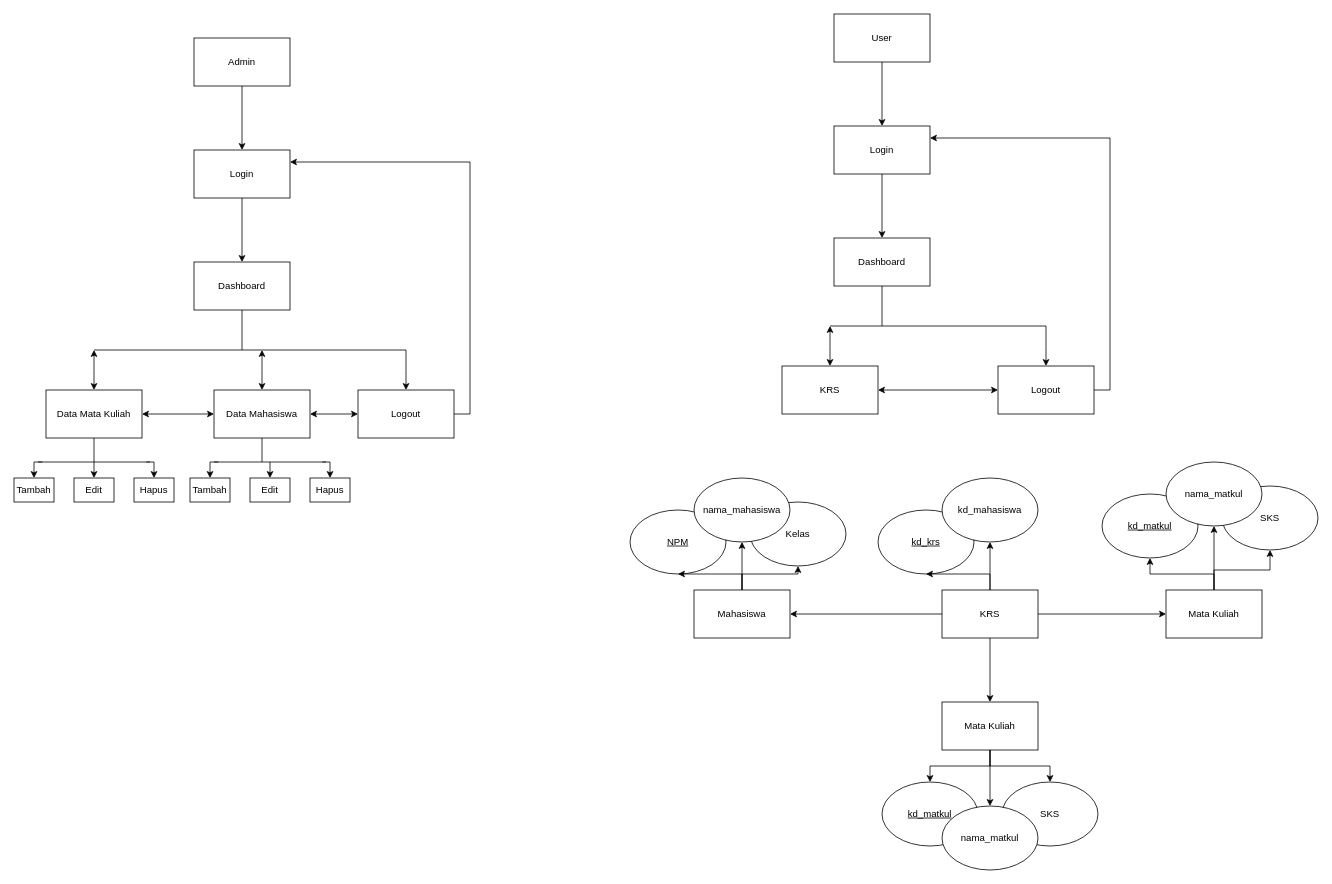
riconusap/riconusap.github.io keeps this draw.io diagram as SN_User Dan Admin New.drawio. Above is the earlier version. Source tidied: cells renumbered, new cells numbered last; positions are measured from the earlier drawing's top-left corner, leaving out a move shared by most shapes. Both pictures are drawn from the tidied source at 80%, with x=0, y=0 at pixel (14, 14).
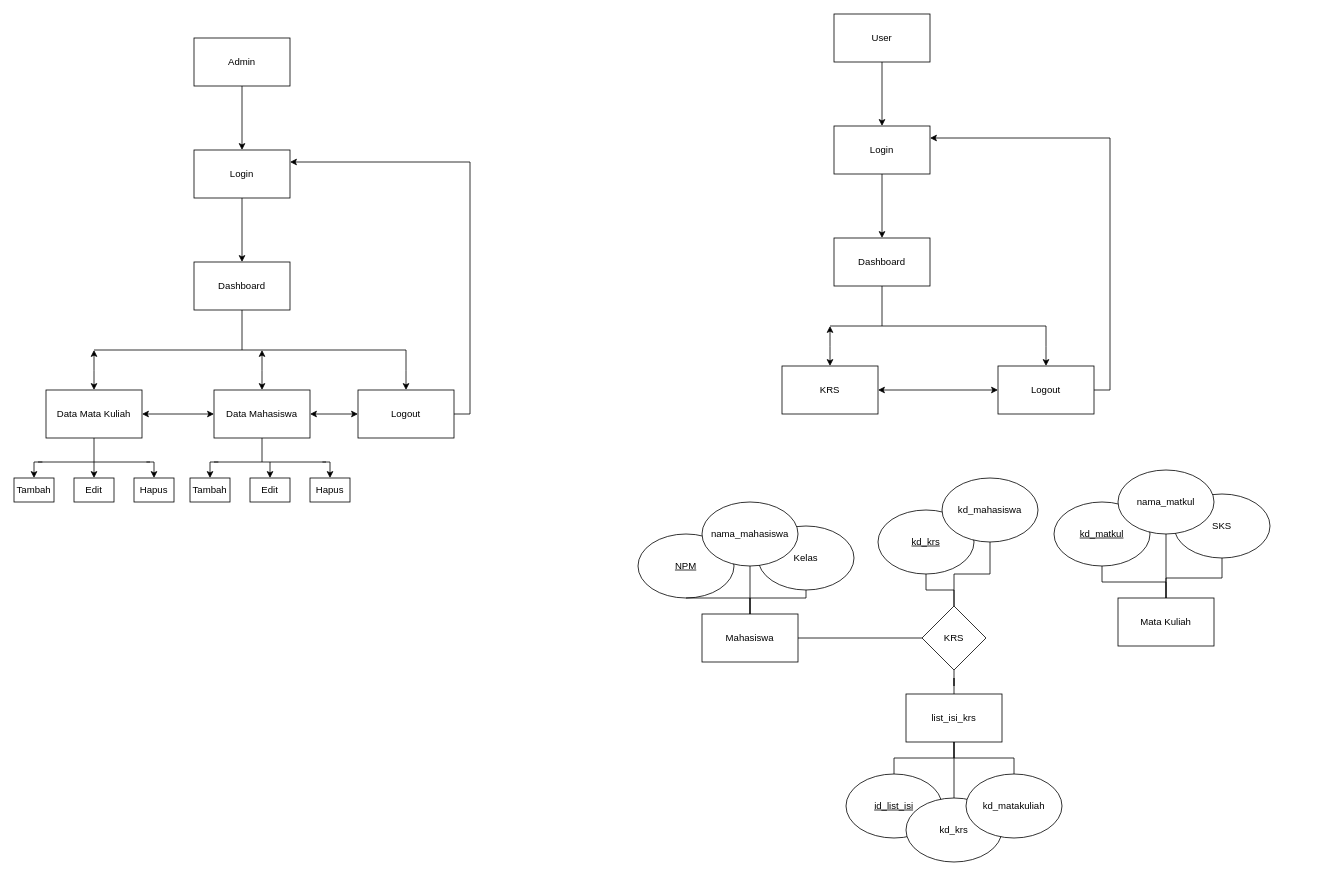
Above is the later version.

Unchanged cells that the change refers to:
```xml
<mxCell id="54" value="&lt;u&gt;kd_krs&lt;/u&gt;" style="ellipse;whiteSpace=wrap;html=1;" parent="1" vertex="1">
  <mxGeometry x="1080" y="620" width="120" height="80" as="geometry" />
</mxCell>
<mxCell id="61" value="kd_mahasiswa" style="ellipse;whiteSpace=wrap;html=1;" parent="1" vertex="1">
  <mxGeometry x="1160" y="580" width="120" height="80" as="geometry" />
</mxCell>
```

What changed in the source:
```diff
@@
     <mxCell id="47" value="&lt;u&gt;NPM&lt;/u&gt;" style="ellipse;whiteSpace=wrap;html=1;" parent="1" vertex="1">
-      <mxGeometry x="770" y="620" width="120" height="80" as="geometry" />
+      <mxGeometry x="780" y="650" width="120" height="80" as="geometry" />
     </mxCell>
     <mxCell id="48" value="Kelas" style="ellipse;whiteSpace=wrap;html=1;" parent="1" vertex="1">
-      <mxGeometry x="920" y="610" width="120" height="80" as="geometry" />
+      <mxGeometry x="930" y="640" width="120" height="80" as="geometry" />
     </mxCell>
-    <mxCell id="49" style="edgeStyle=orthogonalEdgeStyle;rounded=0;jettySize=auto;html=1;" parent="1" edge="1" source="52" target="47">
+    <mxCell id="49" style="edgeStyle=orthogonalEdgeStyle;rounded=0;jettySize=auto;html=1;endArrow=none;endFill=0;" parent="1" edge="1" source="52" target="47">
       <mxGeometry relative="1" as="geometry" />
     </mxCell>
-    <mxCell id="50" style="edgeStyle=orthogonalEdgeStyle;rounded=0;jettySize=auto;html=1;" parent="1" edge="1" source="52" target="53">
+    <mxCell id="50" style="edgeStyle=orthogonalEdgeStyle;rounded=0;jettySize=auto;html=1;endArrow=none;endFill=0;" parent="1" edge="1" source="52" target="53">
       <mxGeometry relative="1" as="geometry" />
     </mxCell>
-    <mxCell id="51" style="edgeStyle=orthogonalEdgeStyle;rounded=0;jettySize=auto;html=1;" parent="1" edge="1" source="52" target="48">
+    <mxCell id="51" style="edgeStyle=orthogonalEdgeStyle;rounded=0;jettySize=auto;html=1;endArrow=none;endFill=0;" parent="1" edge="1" source="52" target="48">
       <mxGeometry relative="1" as="geometry" />
     </mxCell>
     <mxCell id="52" value="Mahasiswa" style="rounded=0;whiteSpace=wrap;html=1;" parent="1" vertex="1">
-      <mxGeometry x="850" y="720" width="120" height="60" as="geometry" />
+      <mxGeometry x="860" y="750" width="120" height="60" as="geometry" />
     </mxCell>
     <mxCell id="53" value="nama_mahasiswa" style="ellipse;whiteSpace=wrap;html=1;" parent="1" vertex="1">
-      <mxGeometry x="850" y="580" width="120" height="80" as="geometry" />
+      <mxGeometry x="860" y="610" width="120" height="80" as="geometry" />
     </mxCell>
+    <mxCell id="76" style="edgeStyle=orthogonalEdgeStyle;rounded=0;jettySize=auto;html=1;endArrow=none;endFill=0;" parent="1" edge="1" source="54" target="60">
+      <mxGeometry relative="1" as="geometry" />
+    </mxCell>
@@
-    <mxCell id="55" style="edgeStyle=orthogonalEdgeStyle;rounded=0;jettySize=auto;html=1;" parent="1" edge="1" source="60" target="54">
-      <mxGeometry relative="1" as="geometry" />
-    </mxCell>
-    <mxCell id="56" style="edgeStyle=orthogonalEdgeStyle;rounded=0;jettySize=auto;html=1;" parent="1" edge="1" source="60" target="61">
-      <mxGeometry relative="1" as="geometry" />
-    </mxCell>
-    <mxCell id="57" style="edgeStyle=orthogonalEdgeStyle;rounded=0;jettySize=auto;html=1;entryX=1;entryY=0.5;entryDx=0;entryDy=0;" parent="1" edge="1" source="60" target="52">
+    <mxCell id="57" style="edgeStyle=orthogonalEdgeStyle;rounded=0;jettySize=auto;html=1;entryX=1;entryY=0.5;entryDx=0;entryDy=0;endArrow=none;endFill=0;exitX=0;exitY=0.5;exitDx=0;exitDy=0;" parent="1" edge="1" source="60" target="52">
       <mxGeometry relative="1" as="geometry" />
     </mxCell>
-    <mxCell id="58" style="edgeStyle=orthogonalEdgeStyle;rounded=0;jettySize=auto;html=1;entryX=0;entryY=0.5;entryDx=0;entryDy=0;" parent="1" edge="1" source="60" target="67">
-      <mxGeometry relative="1" as="geometry" />
-    </mxCell>
-    <mxCell id="59" style="edgeStyle=orthogonalEdgeStyle;rounded=0;jettySize=auto;html=1;entryX=0.5;entryY=0;entryDx=0;entryDy=0;" parent="1" edge="1" source="60" target="74">
-      <mxGeometry relative="1" as="geometry" />
-    </mxCell>
-    <mxCell id="60" value="KRS" style="rounded=0;whiteSpace=wrap;html=1;" parent="1" vertex="1">
-      <mxGeometry x="1160" y="720" width="120" height="60" as="geometry" />
-    </mxCell>
@@
     <mxCell id="62" value="&lt;u&gt;kd_matkul&lt;/u&gt;" style="ellipse;whiteSpace=wrap;html=1;" parent="1" vertex="1">
-      <mxGeometry x="1360" y="600" width="120" height="80" as="geometry" />
+      <mxGeometry x="1300" y="610" width="120" height="80" as="geometry" />
     </mxCell>
     <mxCell id="63" value="SKS" style="ellipse;whiteSpace=wrap;html=1;" parent="1" vertex="1">
-      <mxGeometry x="1510" y="590" width="120" height="80" as="geometry" />
+      <mxGeometry x="1450" y="600" width="120" height="80" as="geometry" />
     </mxCell>
-    <mxCell id="64" style="edgeStyle=orthogonalEdgeStyle;rounded=0;jettySize=auto;html=1;" parent="1" edge="1" source="67" target="62">
+    <mxCell id="64" style="edgeStyle=orthogonalEdgeStyle;rounded=0;jettySize=auto;html=1;endArrow=none;endFill=0;" parent="1" edge="1" source="67" target="62">
       <mxGeometry relative="1" as="geometry" />
     </mxCell>
-    <mxCell id="65" style="edgeStyle=orthogonalEdgeStyle;rounded=0;jettySize=auto;html=1;" parent="1" edge="1" source="67" target="68">
+    <mxCell id="65" style="edgeStyle=orthogonalEdgeStyle;rounded=0;jettySize=auto;html=1;endArrow=none;endFill=0;" parent="1" edge="1" source="67" target="68">
       <mxGeometry relative="1" as="geometry" />
     </mxCell>
-    <mxCell id="66" style="edgeStyle=orthogonalEdgeStyle;rounded=0;jettySize=auto;html=1;" parent="1" edge="1" source="67" target="63">
+    <mxCell id="66" style="edgeStyle=orthogonalEdgeStyle;rounded=0;jettySize=auto;html=1;endArrow=none;endFill=0;" parent="1" edge="1" source="67" target="63">
       <mxGeometry relative="1" as="geometry" />
     </mxCell>
     <mxCell id="67" value="Mata Kuliah" style="rounded=0;whiteSpace=wrap;html=1;" parent="1" vertex="1">
-      <mxGeometry x="1440" y="720" width="120" height="60" as="geometry" />
+      <mxGeometry x="1380" y="730" width="120" height="60" as="geometry" />
     </mxCell>
     <mxCell id="68" value="nama_matkul" style="ellipse;whiteSpace=wrap;html=1;" parent="1" vertex="1">
-      <mxGeometry x="1440" y="560" width="120" height="80" as="geometry" />
+      <mxGeometry x="1380" y="570" width="120" height="80" as="geometry" />
     </mxCell>
-    <mxCell id="69" value="&lt;u&gt;kd_matkul&lt;/u&gt;" style="ellipse;whiteSpace=wrap;html=1;" parent="1" vertex="1">
-      <mxGeometry x="1085" y="960" width="120" height="80" as="geometry" />
+    <mxCell id="69" value="&lt;u&gt;id_list_isi&lt;/u&gt;" style="ellipse;whiteSpace=wrap;html=1;" parent="1" vertex="1">
+      <mxGeometry x="1040" y="950" width="120" height="80" as="geometry" />
     </mxCell>
-    <mxCell id="70" value="SKS" style="ellipse;whiteSpace=wrap;html=1;" parent="1" vertex="1">
-      <mxGeometry x="1235" y="960" width="120" height="80" as="geometry" />
-    </mxCell>
-    <mxCell id="71" style="edgeStyle=orthogonalEdgeStyle;rounded=0;jettySize=auto;html=1;" parent="1" edge="1" source="74" target="69">
+    <mxCell id="71" style="edgeStyle=orthogonalEdgeStyle;rounded=0;jettySize=auto;html=1;endArrow=none;endFill=0;" parent="1" edge="1" source="74" target="69">
       <mxGeometry relative="1" as="geometry" />
     </mxCell>
-    <mxCell id="72" style="edgeStyle=orthogonalEdgeStyle;rounded=0;jettySize=auto;html=1;" parent="1" edge="1" source="74" target="75">
+    <mxCell id="72" style="edgeStyle=orthogonalEdgeStyle;rounded=0;jettySize=auto;html=1;endArrow=none;endFill=0;" parent="1" edge="1" source="74" target="75">
       <mxGeometry relative="1" as="geometry" />
     </mxCell>
-    <mxCell id="73" style="edgeStyle=orthogonalEdgeStyle;rounded=0;jettySize=auto;html=1;" parent="1" edge="1" source="74" target="70">
+    <mxCell id="73" style="edgeStyle=orthogonalEdgeStyle;rounded=0;jettySize=auto;html=1;endArrow=none;endFill=0;" parent="1" edge="1" source="74" target="70">
       <mxGeometry relative="1" as="geometry" />
     </mxCell>
-    <mxCell id="74" value="Mata Kuliah" style="rounded=0;whiteSpace=wrap;html=1;" parent="1" vertex="1">
-      <mxGeometry x="1160" y="860" width="120" height="60" as="geometry" />
+    <mxCell id="74" value="list_isi_krs" style="rounded=0;whiteSpace=wrap;html=1;" parent="1" vertex="1">
+      <mxGeometry x="1115" y="850" width="120" height="60" as="geometry" />
     </mxCell>
-    <mxCell id="75" value="nama_matkul" style="ellipse;whiteSpace=wrap;html=1;" parent="1" vertex="1">
-      <mxGeometry x="1160" y="990" width="120" height="80" as="geometry" />
+    <mxCell id="75" value="kd_krs" style="ellipse;whiteSpace=wrap;html=1;" parent="1" vertex="1">
+      <mxGeometry x="1115" y="980" width="120" height="80" as="geometry" />
     </mxCell>
+    <mxCell id="70" value="kd_matakuliah" style="ellipse;whiteSpace=wrap;html=1;" parent="1" vertex="1">
+      <mxGeometry x="1190" y="950" width="120" height="80" as="geometry" />
+    </mxCell>
+    <mxCell id="56" style="edgeStyle=orthogonalEdgeStyle;rounded=0;jettySize=auto;html=1;endArrow=none;endFill=0;" parent="1" edge="1" source="60" target="61">
+      <mxGeometry relative="1" as="geometry" />
+    </mxCell>
+    <mxCell id="59" style="edgeStyle=orthogonalEdgeStyle;rounded=0;jettySize=auto;html=1;entryX=0.5;entryY=0;entryDx=0;entryDy=0;endArrow=none;endFill=0;" parent="1" edge="1" source="60" target="74">
+      <mxGeometry relative="1" as="geometry" />
+    </mxCell>
+    <mxCell id="60" value="KRS" style="rhombus;whiteSpace=wrap;html=1;" parent="1" vertex="1">
+      <mxGeometry x="1135" y="740" width="80" height="80" as="geometry" />
+    </mxCell>
```
